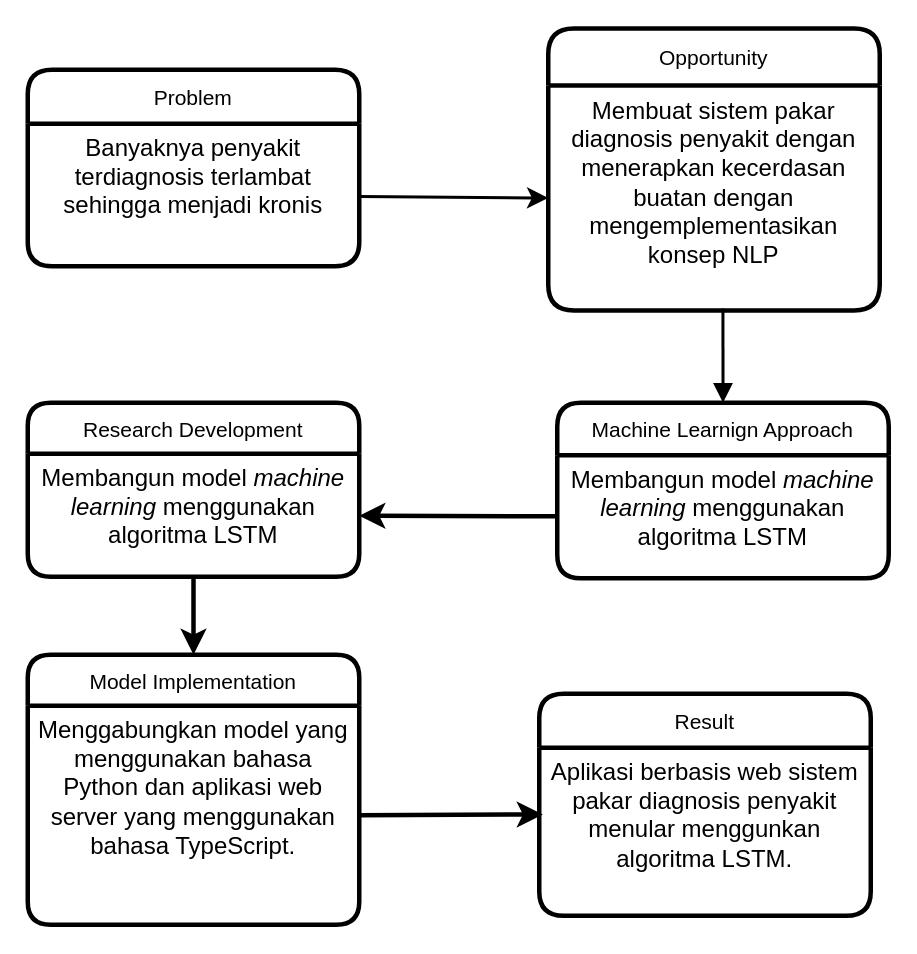
Earlier version of the draw.io diagram kerangka_pemikiran.drawio (rrahmatn/dfd_erd_uml). Source tidied: cells renumbered, new cells numbered last; positions are measured from the earlier drawing's top-left corner, leaving out a move shared by most shapes. Both pictures are drawn from the tidied source at 150%, with x=0, y=0 at pixel (27, 27).
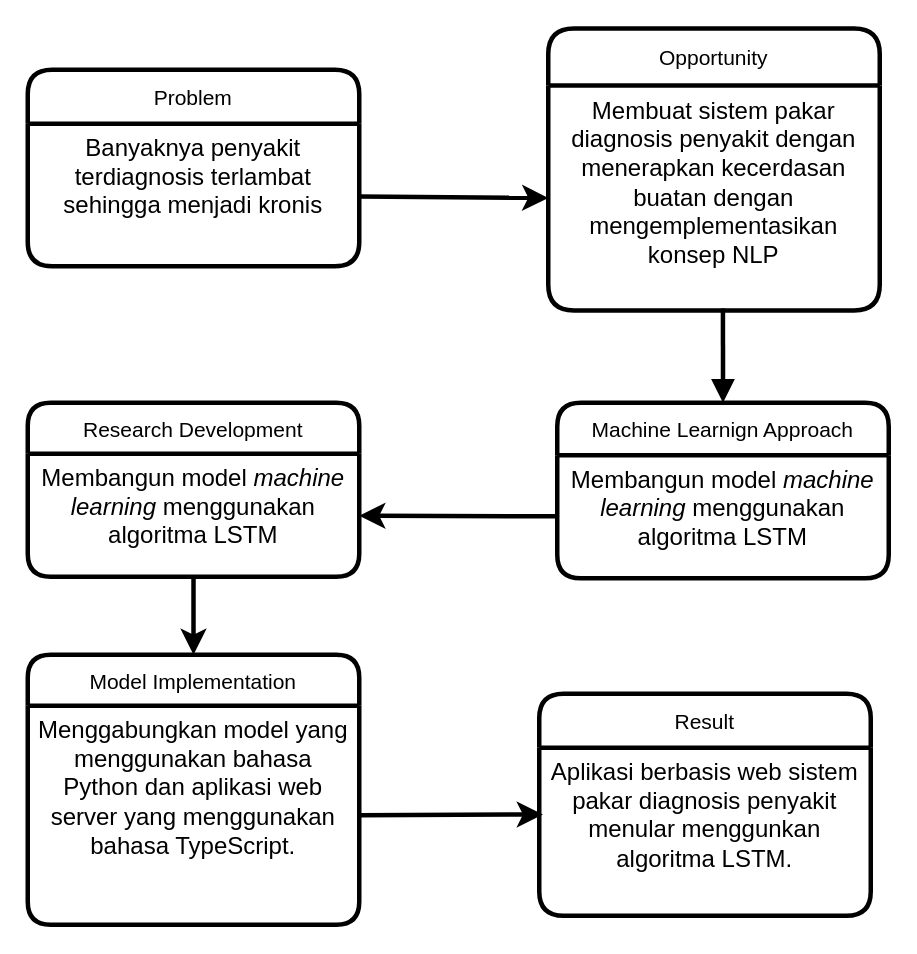
Above is the later version.

Change to the diagram source:
```diff
@@
 <mxGraphModel>
   <root>
     <mxCell id="0" />
     <mxCell id="1" parent="0" />
     <mxCell id="2" value="Problem" style="swimlane;fontStyle=0;horizontal=1;startSize=36;align=center;fontSize=14;strokeWidth=3;rounded=1;" parent="1" vertex="1">
       <mxGeometry y="28" width="221" height="131" as="geometry" />
     </mxCell>
     <mxCell id="3" value="Banyaknya penyakit terdiagnosis terlambat sehingga menjadi kronis" style="text;strokeColor=none;fillColor=none;spacingLeft=4;spacingRight=4;overflow=hidden;points=[[0,0.5],[1,0.5]];portConstraint=eastwest;fontSize=16;whiteSpace=wrap;html=1;rounded=1;strokeWidth=3;align=center;" parent="2" vertex="1">
       <mxGeometry y="36" width="221" height="95" as="geometry" />
     </mxCell>
     <mxCell id="4" value="Opportunity" style="swimlane;fontStyle=0;horizontal=1;startSize=38;align=center;fontSize=14;strokeWidth=3;rounded=1;" parent="1" vertex="1">
       <mxGeometry x="347" y="0.5" width="221" height="188" as="geometry" />
     </mxCell>
     <mxCell id="5" value="Membuat sistem pakar diagnosis penyakit dengan menerapkan kecerdasan buatan dengan mengemplementasikan konsep NLP" style="text;strokeColor=none;fillColor=none;spacingLeft=4;spacingRight=4;overflow=hidden;points=[[0,0.5],[1,0.5]];portConstraint=eastwest;fontSize=16;whiteSpace=wrap;html=1;rounded=1;strokeWidth=3;align=center;" parent="4" vertex="1">
       <mxGeometry y="38" width="221" height="150" as="geometry" />
     </mxCell>
     <mxCell id="6" value="Machine Learnign Approach" style="swimlane;fontStyle=0;horizontal=1;startSize=35;align=center;fontSize=14;strokeWidth=3;rounded=1;" parent="1" vertex="1">
       <mxGeometry x="353" y="250" width="221" height="117" as="geometry" />
     </mxCell>
     <mxCell id="7" value="Membangun model &lt;i&gt;machine learning &lt;/i&gt;menggunakan algoritma LSTM" style="text;strokeColor=none;fillColor=none;spacingLeft=4;spacingRight=4;overflow=hidden;points=[[0,0.5],[1,0.5]];portConstraint=eastwest;fontSize=16;whiteSpace=wrap;html=1;rounded=1;strokeWidth=3;align=center;" parent="6" vertex="1">
       <mxGeometry y="35" width="221" height="82" as="geometry" />
     </mxCell>
     <mxCell id="8" value="Research Development" style="swimlane;fontStyle=0;horizontal=1;startSize=34;align=center;fontSize=14;strokeWidth=3;rounded=1;" parent="1" vertex="1">
       <mxGeometry y="250" width="221" height="116" as="geometry" />
     </mxCell>
     <mxCell id="9" value="Membangun model &lt;i&gt;machine learning &lt;/i&gt;menggunakan algoritma LSTM" style="text;strokeColor=none;fillColor=none;spacingLeft=4;spacingRight=4;overflow=hidden;points=[[0,0.5],[1,0.5]];portConstraint=eastwest;fontSize=16;whiteSpace=wrap;html=1;rounded=1;strokeWidth=3;align=center;" parent="8" vertex="1">
       <mxGeometry y="34" width="221" height="82" as="geometry" />
     </mxCell>
     <mxCell id="10" value="Model Implementation" style="swimlane;fontStyle=0;horizontal=1;startSize=34;align=center;fontSize=14;strokeWidth=3;rounded=1;" parent="1" vertex="1">
       <mxGeometry y="418" width="221" height="180" as="geometry" />
     </mxCell>
     <mxCell id="11" value="Menggabungkan model yang menggunakan bahasa Python dan aplikasi web server yang menggunakan bahasa TypeScript." style="text;strokeColor=none;fillColor=none;spacingLeft=4;spacingRight=4;overflow=hidden;points=[[0,0.5],[1,0.5]];portConstraint=eastwest;fontSize=16;whiteSpace=wrap;html=1;rounded=1;strokeWidth=3;align=center;" parent="10" vertex="1">
       <mxGeometry y="34" width="221" height="146" as="geometry" />
     </mxCell>
     <mxCell id="12" value="Result" style="swimlane;fontStyle=0;horizontal=1;startSize=36;align=center;fontSize=14;strokeWidth=3;rounded=1;" parent="1" vertex="1">
       <mxGeometry x="341" y="444" width="221" height="148" as="geometry" />
     </mxCell>
     <mxCell id="13" value="Aplikasi berbasis web sistem pakar diagnosis penyakit menular menggunkan algoritma LSTM." style="text;strokeColor=none;fillColor=none;spacingLeft=4;spacingRight=4;overflow=hidden;points=[[0,0.5],[1,0.5]];portConstraint=eastwest;fontSize=16;whiteSpace=wrap;html=1;rounded=1;strokeWidth=3;align=center;" parent="12" vertex="1">
       <mxGeometry y="36" width="221" height="112" as="geometry" />
     </mxCell>
-    <mxCell id="14" style="edgeStyle=none;curved=1;rounded=1;jettySize=auto;html=1;entryX=0;entryY=0.5;entryDx=0;entryDy=0;fontSize=12;startSize=8;endSize=8;strokeWidth=2;" parent="1" edge="1" source="3" target="5">
+    <mxCell id="14" style="edgeStyle=none;curved=1;rounded=1;jettySize=auto;html=1;entryX=0;entryY=0.5;entryDx=0;entryDy=0;fontSize=12;startSize=8;endSize=8;strokeWidth=3;spacing=3;" parent="1" edge="1" source="3" target="5">
       <mxGeometry relative="1" as="geometry" />
     </mxCell>
-    <mxCell id="15" style="edgeStyle=none;curved=1;rounded=1;jettySize=auto;html=1;exitX=0.5;exitY=0;exitDx=0;exitDy=0;entryX=0.527;entryY=0.991;entryDx=0;entryDy=0;entryPerimeter=0;fontSize=12;startSize=8;endSize=8;startArrow=block;startFill=1;endArrow=none;endFill=0;strokeWidth=2;" parent="1" edge="1" source="6" target="5">
+    <mxCell id="15" style="edgeStyle=none;curved=1;rounded=1;jettySize=auto;html=1;exitX=0.5;exitY=0;exitDx=0;exitDy=0;entryX=0.527;entryY=0.991;entryDx=0;entryDy=0;entryPerimeter=0;fontSize=12;startSize=8;endSize=8;startArrow=block;startFill=1;endArrow=none;endFill=0;strokeWidth=3;spacing=3;" parent="1" edge="1" source="6" target="5">
       <mxGeometry relative="1" as="geometry" />
     </mxCell>
     <mxCell id="16" style="edgeStyle=none;curved=1;rounded=1;jettySize=auto;html=1;fontSize=12;startSize=8;endSize=8;strokeWidth=3;" parent="1" edge="1" source="7" target="9">
       <mxGeometry relative="1" as="geometry" />
     </mxCell>
     <mxCell id="17" style="edgeStyle=none;curved=1;rounded=1;jettySize=auto;html=1;exitX=0.5;exitY=0;exitDx=0;exitDy=0;entryX=0.5;entryY=1.014;entryDx=0;entryDy=0;entryPerimeter=0;fontSize=12;startSize=8;endSize=8;endArrow=none;endFill=0;startArrow=classic;startFill=1;strokeWidth=3;" parent="1" edge="1" source="10" target="9">
       <mxGeometry relative="1" as="geometry" />
     </mxCell>
     <mxCell id="18" style="edgeStyle=none;curved=1;rounded=1;jettySize=auto;html=1;exitX=1;exitY=0.5;exitDx=0;exitDy=0;entryX=0.011;entryY=0.397;entryDx=0;entryDy=0;entryPerimeter=0;fontSize=12;startSize=8;endSize=8;strokeWidth=3;" parent="1" edge="1" source="11" target="13">
       <mxGeometry relative="1" as="geometry" />
     </mxCell>
   </root>
 </mxGraphModel>
```
